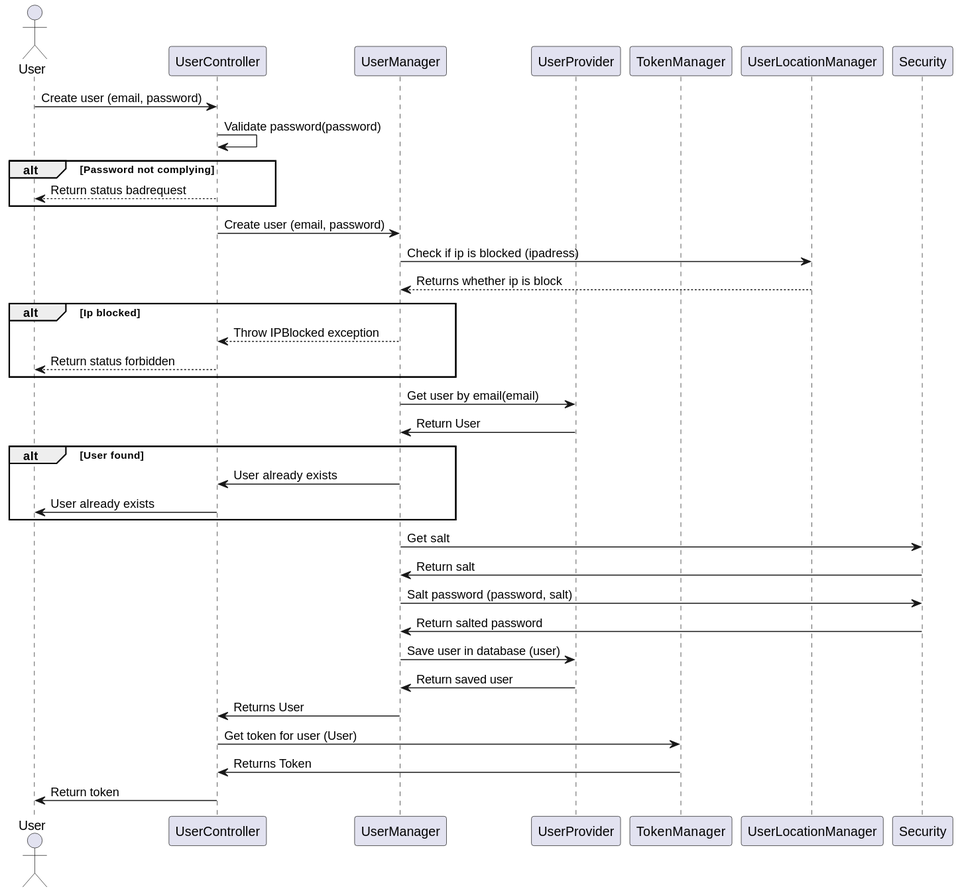
Earlier version of the PlantUML export Docs/out/SDDiagrams/CreateUserSD/Create User SD.svg (blackout1471/trust-us-school).
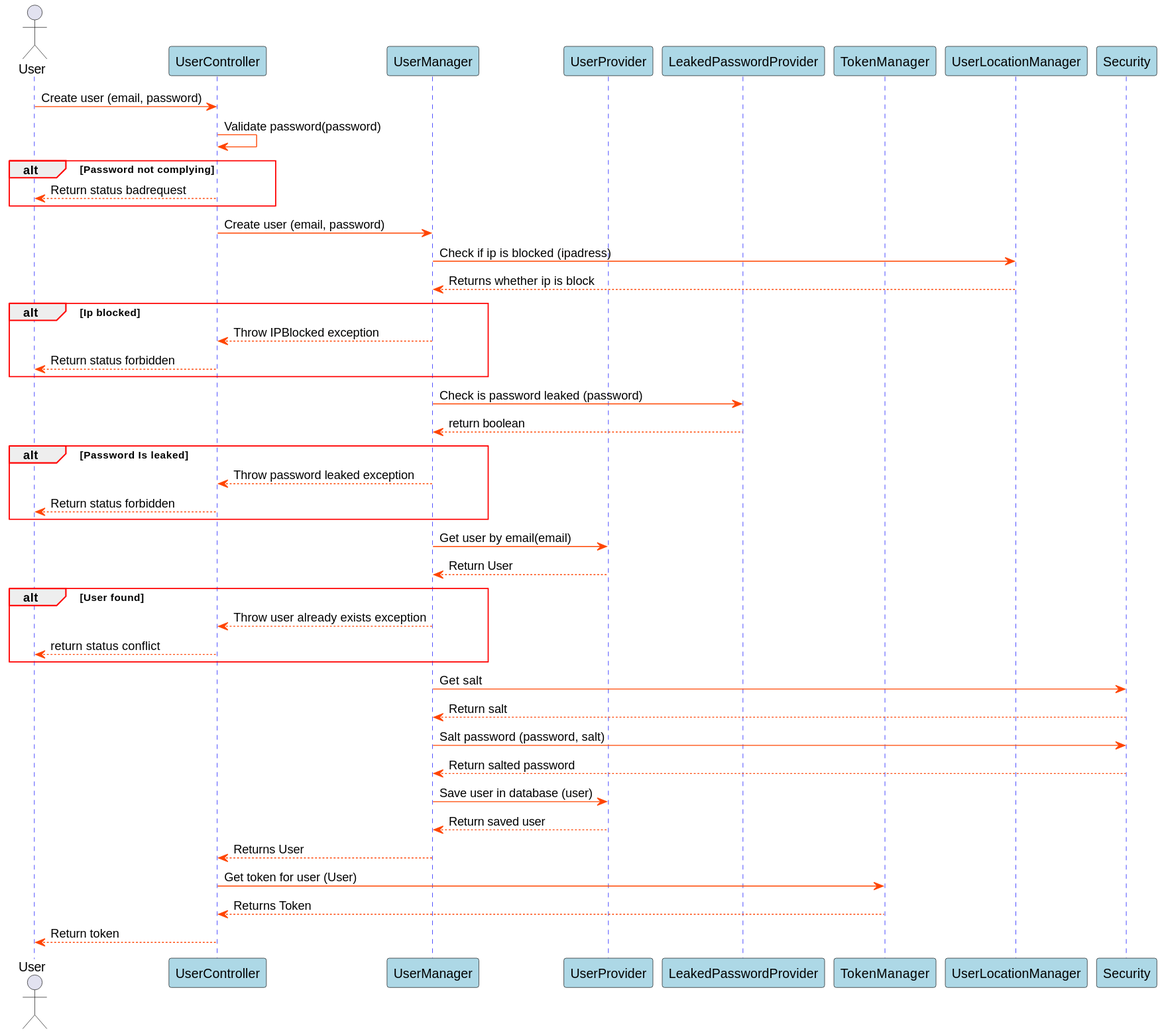
Later version of the same file.

Change to the diagram source:
```diff
@@ -1,10 +1,21 @@
 @startuml Create User SD
 
+skinparam sequence {
+    GroupBorderColor red
+    GroupBorderThickness 1
+
+    ArrowColor orangered
+
+    LifeLineBorderColor blue
+
+    ParticipantBackgroundColor lightblue
+}
 
 actor User
 participant UserController
 participant UserManager
 participant UserProvider
+participant LeakedPasswordProvider
 participant TokenManager
 participant UserLocationManager
 participant Security
@@ -27,31 +38,40 @@
 UserController-->User: Return status forbidden
 end
 
+
+UserManager->LeakedPasswordProvider: Check is password leaked (password)
+LeakedPasswordProvider-->UserManager: return boolean
+
+alt Password Is leaked
+UserManager-->UserController: Throw password leaked exception
+UserController-->User: Return status forbidden
+end
+
 UserManager->UserProvider: Get user by email(email)
-UserProvider->UserManager: Return User
+UserProvider-->UserManager: Return User
 
 alt User found
 
-UserManager->UserController: User already exists
-UserController->User: User already exists
+UserManager-->UserController: Throw user already exists exception
+UserController-->User: return status conflict
 
 end
 
 
 UserManager->Security: Get salt
-Security->UserManager: Return salt
+Security-->UserManager: Return salt
 
 UserManager->Security: Salt password (password, salt)
-Security->UserManager: Return salted password
+Security-->UserManager: Return salted password
 
 UserManager->UserProvider: Save user in database (user)
-UserProvider->UserManager: Return saved user
+UserProvider-->UserManager: Return saved user
 
 
-UserManager->UserController: Returns User
+UserManager-->UserController: Returns User
 UserController->TokenManager: Get token for user (User)
-TokenManager->UserController: Returns Token
+TokenManager-->UserController: Returns Token
 
-UserController->User: Return token
+UserController-->User: Return token
 
 @enduml
```
